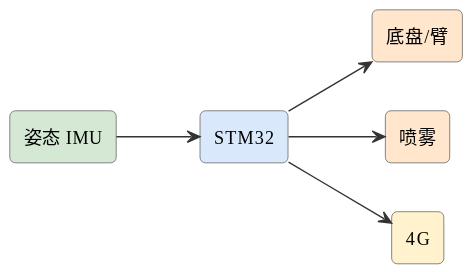
This is assets/diagrams/ideas-fig29.svg from mingyi0818/IntelligentMcuCourse, a PlantUML export, as it was before one commit.
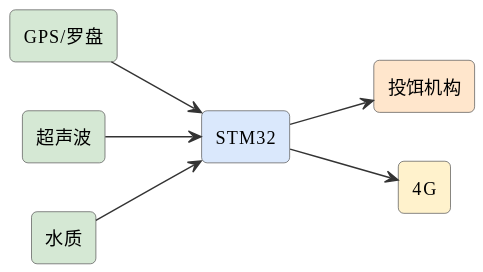
After the change.

Diff of the diagram source:
```diff
@@ -6,13 +6,15 @@
 skinparam arrowFontSize 11
 skinparam arrowColor #333
 left to right direction
-rectangle "姿态 IMU" as imu #d5e8d4
+rectangle "GPS/罗盘" as gps #d5e8d4
 rectangle "STM32" as stm #dae8fc
-rectangle "底盘/臂" as motor #ffe6cc
-rectangle "喷雾" as spray #ffe6cc
+rectangle "超声波" as ult #d5e8d4
+rectangle "投饵机构" as feed #ffe6cc
+rectangle "水质" as w #d5e8d4
 rectangle "4G" as g #fff2cc
-imu --> stm
-stm --> motor
-stm --> spray
+gps --> stm
+ult --> stm
+stm --> feed
+w --> stm
 stm --> g
 @enduml
```
